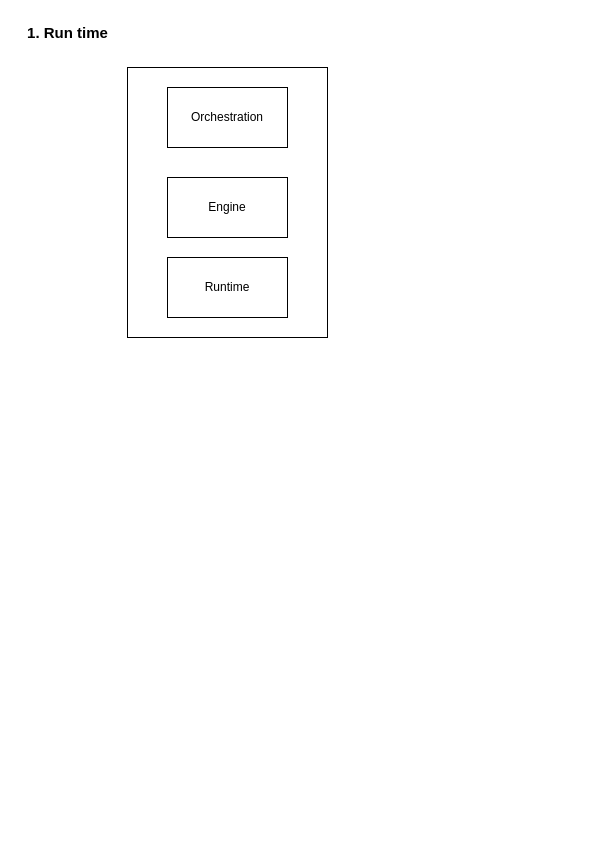
This is Prerequisites/docker/docker.drawio from Arun-kushwaha007/Video-to-Audio-Python-Microservices-App-on-Kubernetes, a draw.io file, before an edit. Source tidied: cells renumbered, new cells numbered last; positions are measured from the earlier drawing's top-left corner, leaving out a move shared by most shapes. Both pictures are drawn from the tidied source at 100%, with x=0, y=0 at pixel (17, 17).
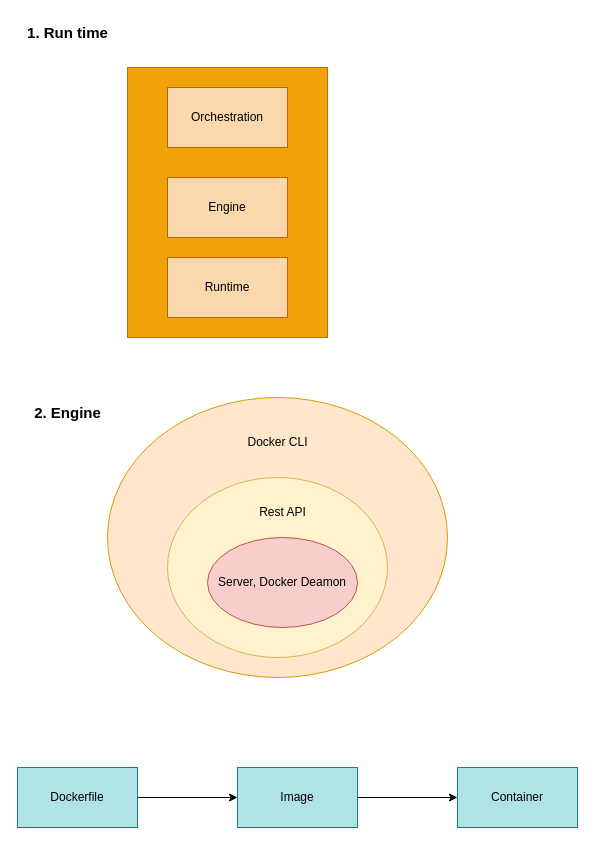
Above is the later version.

Commit message (it also covers changes not shown here):
docker arch

The edit, as a diff of the source:
```diff
@@
 <mxGraphModel>
   <root>
     <mxCell id="0" />
     <mxCell id="1" parent="0" />
-    <mxCell id="2" style="whiteSpace=wrap;html=1;" parent="1" vertex="1">
+    <mxCell id="2" style="whiteSpace=wrap;html=1;fillColor=#f0a30a;fontColor=#000000;strokeColor=#BD7000;" parent="1" vertex="1">
       <mxGeometry x="110" y="50" width="200" height="270" as="geometry" />
     </mxCell>
-    <mxCell id="3" value="Orchestration" style="whiteSpace=wrap;html=1;" parent="1" vertex="1">
+    <mxCell id="3" value="Orchestration" style="whiteSpace=wrap;html=1;fillColor=#fad7ac;strokeColor=#b46504;" parent="1" vertex="1">
       <mxGeometry x="150" y="70" width="120" height="60" as="geometry" />
     </mxCell>
-    <mxCell id="4" value="Engine" style="whiteSpace=wrap;html=1;" parent="1" vertex="1">
+    <mxCell id="4" value="Engine" style="whiteSpace=wrap;html=1;fillColor=#fad7ac;strokeColor=#b46504;" parent="1" vertex="1">
       <mxGeometry x="150" y="160" width="120" height="60" as="geometry" />
     </mxCell>
-    <mxCell id="5" value="Runtime" style="whiteSpace=wrap;html=1;" parent="1" vertex="1">
+    <mxCell id="5" value="Runtime" style="whiteSpace=wrap;html=1;fillColor=#fad7ac;strokeColor=#b46504;" parent="1" vertex="1">
       <mxGeometry x="150" y="240" width="120" height="60" as="geometry" />
     </mxCell>
     <mxCell id="6" value="&lt;b&gt;&lt;font style=&quot;font-size: 15px;&quot;&gt;1. Run time&lt;/font&gt;&lt;/b&gt;" style="text;html=1;align=center;verticalAlign=middle;strokeColor=none;fillColor=none;" parent="1" vertex="1">
       <mxGeometry width="100" height="30" as="geometry" />
     </mxCell>
+    <mxCell id="7" value="&lt;b&gt;&lt;font style=&quot;font-size: 15px;&quot;&gt;2. Engine&lt;/font&gt;&lt;/b&gt;" style="text;html=1;align=center;verticalAlign=middle;strokeColor=none;fillColor=none;" parent="1" vertex="1">
+      <mxGeometry x="5" y="380" width="90" height="30" as="geometry" />
+    </mxCell>
+    <mxCell id="8" style="ellipse;whiteSpace=wrap;html=1;fillColor=#ffe6cc;strokeColor=#d79b00;" parent="1" vertex="1">
+      <mxGeometry x="90" y="380" width="340" height="280" as="geometry" />
+    </mxCell>
+    <mxCell id="9" style="ellipse;whiteSpace=wrap;html=1;fillColor=#fff2cc;strokeColor=#d6b656;" parent="1" vertex="1">
+      <mxGeometry x="150" y="460" width="220" height="180" as="geometry" />
+    </mxCell>
+    <mxCell id="10" value="Server, Docker Deamon" style="ellipse;whiteSpace=wrap;html=1;fillColor=#f8cecc;strokeColor=#b85450;" parent="1" vertex="1">
+      <mxGeometry x="190" y="520" width="150" height="90" as="geometry" />
+    </mxCell>
+    <mxCell id="11" value="Rest API" style="text;html=1;align=center;verticalAlign=middle;strokeColor=none;fillColor=none;" parent="1" vertex="1">
+      <mxGeometry x="230" y="480" width="70" height="30" as="geometry" />
+    </mxCell>
+    <mxCell id="12" value="Docker CLI" style="text;html=1;align=center;verticalAlign=middle;strokeColor=none;fillColor=none;" parent="1" vertex="1">
+      <mxGeometry x="220" y="410" width="80" height="30" as="geometry" />
+    </mxCell>
+    <mxCell id="13" style="edgeStyle=none;html=1;" parent="1" edge="1" source="14" target="16">
+      <mxGeometry relative="1" as="geometry" />
+    </mxCell>
+    <mxCell id="14" value="Dockerfile" style="whiteSpace=wrap;html=1;fillColor=#b0e3e6;strokeColor=#0e8088;" parent="1" vertex="1">
+      <mxGeometry y="750" width="120" height="60" as="geometry" />
+    </mxCell>
+    <mxCell id="15" style="edgeStyle=none;html=1;" parent="1" edge="1" source="16" target="17">
+      <mxGeometry relative="1" as="geometry" />
+    </mxCell>
+    <mxCell id="16" value="Image" style="whiteSpace=wrap;html=1;fillColor=#b0e3e6;strokeColor=#0e8088;" parent="1" vertex="1">
+      <mxGeometry x="220" y="750" width="120" height="60" as="geometry" />
+    </mxCell>
+    <mxCell id="17" value="Container" style="whiteSpace=wrap;html=1;fillColor=#b0e3e6;strokeColor=#0e8088;" parent="1" vertex="1">
+      <mxGeometry x="440" y="750" width="120" height="60" as="geometry" />
+    </mxCell>
   </root>
 </mxGraphModel>
```
